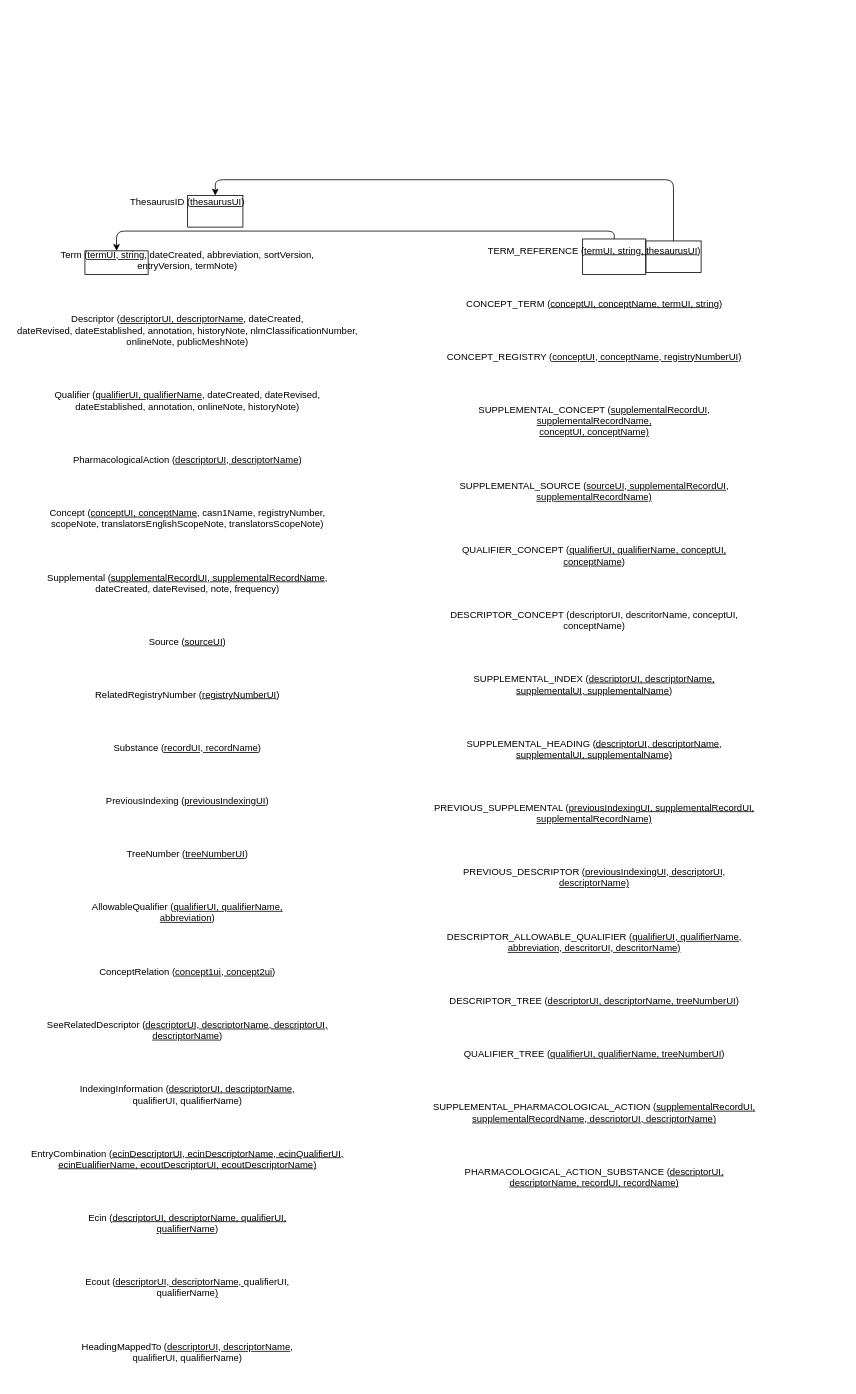
Before: Untitled Diagram.drawio in bortoletti-giorgia/Dati-MeSH-in-Neo4j, a draw.io diagram. Source tidied: cells renumbered, new cells numbered last; positions are measured from the earlier drawing's top-left corner, leaving out a move shared by most shapes. Both pictures are drawn from the tidied source at 79%, with x=0, y=0 at pixel (13, 179).
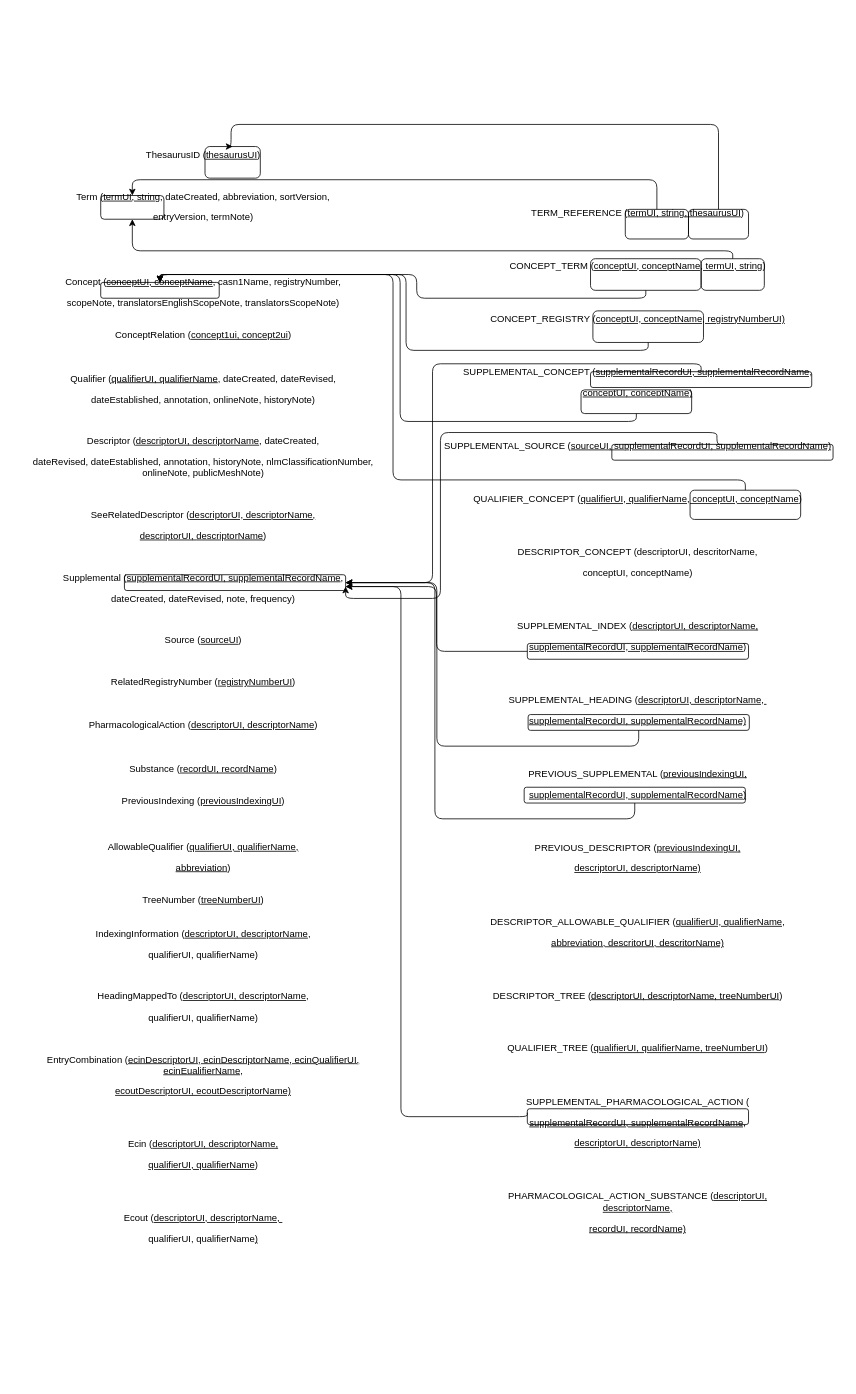
The same diagram, later.

Diff of the diagram source:
```diff
@@
-    <mxCell id="2" value="&lt;p class=&quot;MsoNormal&quot;&gt;ThesaurusID (&lt;u&gt;thesaurusUI&lt;/u&gt;)&lt;/p&gt;&lt;br/&gt;&lt;br/&gt;&lt;p class=&quot;MsoNormal&quot;&gt;Term (&lt;u&gt;termUI, string&lt;/u&gt;, dateCreated, abbreviation, sortVersion,&lt;br/&gt;entryVersion, termNote)&lt;/p&gt;&lt;br/&gt;&lt;br/&gt;&lt;p class=&quot;MsoNormal&quot;&gt;Descriptor (&lt;u&gt;descriptorUI, descriptorName&lt;/u&gt;, dateCreated,&lt;br/&gt;dateRevised, dateEstablished, annotation, historyNote, nlmClassificationNumber,&lt;br/&gt;onlineNote, publicMeshNote)&lt;/p&gt;&lt;br/&gt;&lt;br/&gt;&lt;p class=&quot;MsoNormal&quot;&gt;Qualifier (&lt;u&gt;qualifierUI, qualifierName&lt;/u&gt;, dateCreated, dateRevised,&lt;br/&gt;dateEstablished, annotation, onlineNote, historyNote)&lt;/p&gt;&lt;br/&gt;&lt;br/&gt;&lt;p class=&quot;MsoNormal&quot;&gt;PharmacologicalAction (&lt;u&gt;descriptorUI, descriptorName&lt;/u&gt;)&lt;/p&gt;&lt;br/&gt;&lt;br/&gt;&lt;p class=&quot;MsoNormal&quot;&gt;Concept (&lt;u&gt;conceptUI, conceptName&lt;/u&gt;, casn1Name, registryNumber,&lt;br/&gt;scopeNote, translatorsEnglishScopeNote, translatorsScopeNote)&lt;/p&gt;&lt;br/&gt;&lt;br/&gt;&lt;p class=&quot;MsoNormal&quot;&gt;Supplemental (&lt;u&gt;supplementalRecordUI, supplementalRecordName&lt;/u&gt;,&lt;br/&gt;dateCreated, dateRevised, note, frequency)&lt;/p&gt;&lt;br/&gt;&lt;br/&gt;&lt;p class=&quot;MsoNormal&quot;&gt;Source (&lt;u&gt;sourceUI&lt;/u&gt;)&lt;/p&gt;&lt;br/&gt;&lt;br/&gt;&lt;p class=&quot;MsoNormal&quot;&gt;RelatedRegistryNumber (&lt;u&gt;registryNumberUI&lt;/u&gt;)&lt;/p&gt;&lt;br/&gt;&lt;br/&gt;&lt;p class=&quot;MsoNormal&quot;&gt;Substance (&lt;u&gt;recordUI, recordName&lt;/u&gt;)&lt;/p&gt;&lt;br/&gt;&lt;br/&gt;&lt;p class=&quot;MsoNormal&quot;&gt;PreviousIndexing (&lt;u&gt;previousIndexingUI&lt;/u&gt;)&lt;/p&gt;&lt;br/&gt;&lt;br/&gt;&lt;p class=&quot;MsoNormal&quot;&gt;TreeNumber (&lt;u&gt;treeNumberUI&lt;/u&gt;)&lt;/p&gt;&lt;br/&gt;&lt;br/&gt;&lt;p class=&quot;MsoNormal&quot;&gt;AllowableQualifier (&lt;u&gt;qualifierUI, qualifierName,&lt;br/&gt;abbreviation&lt;/u&gt;)&lt;/p&gt;&lt;br/&gt;&lt;br/&gt;&lt;p class=&quot;MsoNormal&quot;&gt;ConceptRelation (&lt;u&gt;concept1ui, concept2ui&lt;/u&gt;)&lt;/p&gt;&lt;br/&gt;&lt;br/&gt;&lt;p class=&quot;MsoNormal&quot;&gt;SeeRelatedDescriptor (&lt;u&gt;descriptorUI, descriptorName, descriptorUI,&lt;br/&gt;descriptorName&lt;/u&gt;)&lt;/p&gt;&lt;br/&gt;&lt;br/&gt;&lt;p class=&quot;MsoNormal&quot;&gt;IndexingInformation (&lt;u&gt;descriptorUI, descriptorName&lt;/u&gt;,&lt;br/&gt;qualifierUI, qualifierName)&lt;/p&gt;&lt;br/&gt;&lt;br/&gt;&lt;p class=&quot;MsoNormal&quot;&gt;EntryCombination (&lt;u&gt;ecinDescriptorUI, ecinDescriptorName, ecinQualifierUI,&lt;br/&gt;ecinEualifierName, ecoutDescriptorUI, ecoutDescriptorName)&lt;/u&gt;&lt;/p&gt;&lt;br/&gt;&lt;br/&gt;&lt;p class=&quot;MsoNormal&quot;&gt;Ecin (&lt;u&gt;descriptorUI, descriptorName, qualifierUI,&lt;br/&gt;qualifierName&lt;/u&gt;)&lt;/p&gt;&lt;br/&gt;&lt;br/&gt;&lt;p class=&quot;MsoNormal&quot;&gt;Ecout (&lt;u&gt;descriptorUI, descriptorName, &lt;/u&gt;qualifierUI,&lt;br/&gt;qualifierName&lt;u&gt;)&lt;/u&gt;&lt;/p&gt;&lt;br/&gt;&lt;br/&gt;&lt;p class=&quot;MsoNormal&quot;&gt;HeadingMappedTo (&lt;u&gt;descriptorUI, descriptorName&lt;/u&gt;,&lt;br/&gt;qualifierUI, qualifierName)&lt;/p&gt;" style="text;html=1;strokeColor=none;fillColor=none;align=center;verticalAlign=middle;whiteSpace=wrap;rounded=0;" parent="1" vertex="1">
-      <mxGeometry width="440" height="1520" as="geometry" />
+    <mxCell id="2" value="&lt;p class=&quot;MsoNormal&quot;&gt;ThesaurusID (&lt;u&gt;thesaurusUI&lt;/u&gt;)&lt;/p&gt;&lt;br&gt;&lt;p class=&quot;MsoNormal&quot;&gt;Term (&lt;u&gt;termUI, string&lt;/u&gt;, dateCreated, abbreviation, sortVersion,&lt;/p&gt;&lt;p class=&quot;MsoNormal&quot;&gt;entryVersion, termNote)&lt;/p&gt;&lt;br&gt;&lt;br&gt;&lt;br&gt;&lt;p class=&quot;MsoNormal&quot;&gt;Concept (&lt;u&gt;conceptUI, conceptName&lt;/u&gt;, casn1Name, registryNumber,&lt;/p&gt;&lt;p class=&quot;MsoNormal&quot;&gt;scopeNote, translatorsEnglishScopeNote, translatorsScopeNote)&lt;/p&gt;&lt;br&gt;ConceptRelation (&lt;u&gt;concept1ui, concept2ui&lt;/u&gt;)&lt;br&gt;&lt;br&gt;&lt;br&gt;&lt;p class=&quot;MsoNormal&quot;&gt;Qualifier (&lt;u&gt;qualifierUI, qualifierName&lt;/u&gt;, dateCreated, dateRevised,&lt;/p&gt;&lt;p class=&quot;MsoNormal&quot;&gt;dateEstablished, annotation, onlineNote, historyNote)&lt;/p&gt;&lt;br&gt;&lt;p class=&quot;MsoNormal&quot;&gt;Descriptor (&lt;u&gt;descriptorUI, descriptorName&lt;/u&gt;, dateCreated,&lt;/p&gt;&lt;p class=&quot;MsoNormal&quot;&gt;dateRevised, dateEstablished, annotation, historyNote, nlmClassificationNumber,&lt;br&gt;onlineNote, publicMeshNote)&lt;/p&gt;&lt;br&gt;&lt;p class=&quot;MsoNormal&quot;&gt;&lt;/p&gt;&lt;p class=&quot;MsoNormal&quot;&gt;SeeRelatedDescriptor (&lt;u&gt;descriptorUI, descriptorName,&lt;/u&gt;&lt;/p&gt;&lt;p class=&quot;MsoNormal&quot;&gt;&lt;u&gt;descriptorUI,&amp;nbsp;&lt;/u&gt;&lt;u&gt;descriptorName&lt;/u&gt;)&lt;/p&gt;&lt;div&gt;&lt;br&gt;&lt;/div&gt;&lt;p class=&quot;MsoNormal&quot;&gt;&lt;span&gt;Supplemental (&lt;/span&gt;&lt;u&gt;supplementalRecordUI, supplementalRecordName&lt;/u&gt;&lt;span&gt;,&lt;/span&gt;&lt;br&gt;&lt;/p&gt;&lt;p class=&quot;MsoNormal&quot;&gt;dateCreated, dateRevised, note, frequency)&lt;/p&gt;&lt;br&gt;&lt;p class=&quot;MsoNormal&quot;&gt;Source (&lt;u&gt;sourceUI&lt;/u&gt;)&lt;/p&gt;&lt;br&gt;&lt;p class=&quot;MsoNormal&quot;&gt;RelatedRegistryNumber (&lt;u&gt;registryNumberUI&lt;/u&gt;)&lt;/p&gt;&lt;br&gt;&lt;br&gt;PharmacologicalAction (&lt;u&gt;descriptorUI, descriptorName&lt;/u&gt;)&lt;br&gt;&lt;br&gt;&lt;br&gt;&lt;p class=&quot;MsoNormal&quot;&gt;Substance (&lt;u&gt;recordUI, recordName&lt;/u&gt;)&lt;/p&gt;&lt;br&gt;&lt;span&gt;PreviousIndexing (&lt;/span&gt;&lt;u&gt;previousIndexingUI&lt;/u&gt;&lt;span&gt;)&lt;/span&gt;&lt;br&gt;&lt;br&gt;&lt;span&gt;&lt;br&gt;&lt;br&gt;AllowableQualifier (&lt;/span&gt;&lt;u&gt;qualifierUI, qualifierName,&lt;/u&gt;&lt;br&gt;&lt;p class=&quot;MsoNormal&quot;&gt;&lt;u&gt;abbreviation&lt;/u&gt;)&lt;/p&gt;&lt;br&gt;&lt;span&gt;TreeNumber (&lt;/span&gt;&lt;u&gt;treeNumberUI&lt;/u&gt;&lt;span&gt;)&lt;/span&gt;&lt;br&gt;&lt;br&gt;&lt;span&gt;&lt;br&gt;IndexingInformation (&lt;/span&gt;&lt;u&gt;descriptorUI, descriptorName&lt;/u&gt;&lt;span&gt;,&lt;/span&gt;&lt;br&gt;&lt;p class=&quot;MsoNormal&quot;&gt;qualifierUI, qualifierName)&lt;/p&gt;&lt;br&gt;&lt;p class=&quot;MsoNormal&quot;&gt;HeadingMappedTo (&lt;u&gt;descriptorUI, descriptorName&lt;/u&gt;,&lt;/p&gt;&lt;p class=&quot;MsoNormal&quot;&gt;qualifierUI, qualifierName)&lt;/p&gt;&lt;p class=&quot;MsoNormal&quot;&gt;&lt;br&gt;&lt;/p&gt;&lt;p class=&quot;MsoNormal&quot;&gt;EntryCombination (&lt;u&gt;ecinDescriptorUI, ecinDescriptorName, ecinQualifierUI, ecinEualifierName,&lt;/u&gt;&lt;/p&gt;&lt;p class=&quot;MsoNormal&quot;&gt;&lt;u&gt;ecoutDescriptorUI, ecoutDescriptorName)&lt;/u&gt;&lt;/p&gt;&lt;br&gt;&lt;br&gt;&lt;p class=&quot;MsoNormal&quot;&gt;Ecin (&lt;u&gt;descriptorUI, descriptorName,&lt;/u&gt;&lt;/p&gt;&lt;p class=&quot;MsoNormal&quot;&gt;&lt;u&gt;qualifierUI, qualifierName&lt;/u&gt;)&lt;/p&gt;&lt;br&gt;&lt;br&gt;&lt;p class=&quot;MsoNormal&quot;&gt;Ecout (&lt;u&gt;descriptorUI, descriptorName,&amp;nbsp;&lt;/u&gt;&lt;/p&gt;&lt;p class=&quot;MsoNormal&quot;&gt;&lt;span&gt;qualifierUI,&amp;nbsp;&lt;/span&gt;&lt;span&gt;qualifierName&lt;/span&gt;&lt;u&gt;)&lt;/u&gt;&lt;/p&gt;" style="text;html=1;strokeColor=none;fillColor=none;align=center;verticalAlign=middle;whiteSpace=wrap;rounded=0;" parent="1" vertex="1">
+      <mxGeometry y="-210" width="480" height="1730" as="geometry" />
     </mxCell>
-    <mxCell id="3" value="&lt;p class=&quot;MsoNormal&quot;&gt;TERM_REFERENCE (&lt;u&gt;termUI, string, thesaurusUI&lt;/u&gt;)&lt;/p&gt;&lt;br/&gt;&lt;br/&gt;&lt;p class=&quot;MsoNormal&quot;&gt;CONCEPT_TERM (&lt;u&gt;conceptUI, conceptName, termUI, string&lt;/u&gt;)&lt;/p&gt;&lt;br/&gt;&lt;br/&gt;&lt;p class=&quot;MsoNormal&quot;&gt;CONCEPT_REGISTRY (&lt;u&gt;conceptUI, conceptName, registryNumberUI)&lt;/u&gt;&lt;/p&gt;&lt;br/&gt;&lt;br/&gt;&lt;p class=&quot;MsoNormal&quot;&gt;SUPPLEMENTAL_CONCEPT (&lt;u&gt;supplementalRecordUI, supplementalRecordName,&lt;br/&gt;conceptUI, conceptName)&lt;/u&gt;&lt;/p&gt;&lt;br/&gt;&lt;br/&gt;&lt;p class=&quot;MsoNormal&quot;&gt;SUPPLEMENTAL_SOURCE (&lt;u&gt;sourceUI, supplementalRecordUI, supplementalRecordName)&lt;/u&gt;&lt;/p&gt;&lt;br/&gt;&lt;br/&gt;&lt;p class=&quot;MsoNormal&quot;&gt;QUALIFIER_CONCEPT (&lt;u&gt;qualifierUI, qualifierName, conceptUI,&lt;br/&gt;conceptName&lt;/u&gt;)&lt;/p&gt;&lt;br/&gt;&lt;br/&gt;&lt;p class=&quot;MsoNormal&quot;&gt;DESCRIPTOR_CONCEPT (descriptorUI, descritorName, conceptUI,&lt;br/&gt;conceptName)&lt;/p&gt;&lt;br/&gt;&lt;br/&gt;&lt;p class=&quot;MsoNormal&quot;&gt;SUPPLEMENTAL_INDEX (&lt;u&gt;descriptorUI, descriptorName,&lt;br/&gt;supplementalUI, supplementalName)&lt;/u&gt;&lt;/p&gt;&lt;br/&gt;&lt;br/&gt;&lt;p class=&quot;MsoNormal&quot;&gt;SUPPLEMENTAL_HEADING (&lt;u&gt;descriptorUI, descriptorName,&lt;br/&gt;supplementalUI, supplementalName)&lt;/u&gt;&lt;/p&gt;&lt;br/&gt;&lt;br/&gt;&lt;p class=&quot;MsoNormal&quot;&gt;PREVIOUS_SUPPLEMENTAL (&lt;u&gt;previousIndexingUI, supplementalRecordUI,&lt;br/&gt;supplementalRecordName)&lt;/u&gt;&lt;/p&gt;&lt;br/&gt;&lt;br/&gt;&lt;p class=&quot;MsoNormal&quot;&gt;PREVIOUS_DESCRIPTOR (&lt;u&gt;previousIndexingUI, descriptorUI,&lt;br/&gt;descriptorName)&lt;/u&gt;&lt;/p&gt;&lt;br/&gt;&lt;br/&gt;&lt;p class=&quot;MsoNormal&quot;&gt;DESCRIPTOR_ALLOWABLE_QUALIFIER (&lt;u&gt;qualifierUI, qualifierName,&lt;br/&gt;abbreviation, descritorUI, descritorName)&lt;/u&gt;&lt;/p&gt;&lt;br/&gt;&lt;br/&gt;&lt;p class=&quot;MsoNormal&quot;&gt;DESCRIPTOR_TREE (&lt;u&gt;descriptorUI, descriptorName, treeNumberUI&lt;/u&gt;)&lt;/p&gt;&lt;br/&gt;&lt;br/&gt;&lt;p class=&quot;MsoNormal&quot;&gt;QUALIFIER_TREE (&lt;u&gt;qualifierUI, qualifierName, treeNumberUI&lt;/u&gt;)&lt;/p&gt;&lt;br/&gt;&lt;br/&gt;&lt;p class=&quot;MsoNormal&quot;&gt;SUPPLEMENTAL_PHARMACOLOGICAL_ACTION (&lt;u&gt;supplementalRecordUI,&lt;br/&gt;supplementalRecordName, descriptorUI, descriptorName)&lt;/u&gt;&lt;/p&gt;&lt;br/&gt;&lt;br/&gt;&lt;p class=&quot;MsoNormal&quot;&gt;PHARMACOLOGICAL_ACTION_SUBSTANCE (&lt;u&gt;descriptorUI,&lt;br/&gt;descriptorName, recordUI, recordName)&lt;/u&gt;&lt;/p&gt;" style="text;html=1;strokeColor=none;fillColor=none;align=center;verticalAlign=middle;whiteSpace=wrap;rounded=0;" parent="1" vertex="1">
-      <mxGeometry x="530" y="670" width="410" height="20" as="geometry" />
+    <mxCell id="3" value="&lt;p class=&quot;MsoNormal&quot;&gt;TERM_REFERENCE (&lt;u&gt;termUI, string, thesaurusUI&lt;/u&gt;)&lt;/p&gt;&lt;br&gt;&lt;br&gt;&lt;p class=&quot;MsoNormal&quot;&gt;CONCEPT_TERM (&lt;u&gt;conceptUI, conceptName, termUI, string&lt;/u&gt;)&lt;/p&gt;&lt;br&gt;&lt;br&gt;&lt;p class=&quot;MsoNormal&quot;&gt;CONCEPT_REGISTRY (&lt;u&gt;conceptUI, conceptName, registryNumberUI)&lt;/u&gt;&lt;/p&gt;&lt;br&gt;&lt;br&gt;&lt;p class=&quot;MsoNormal&quot;&gt;SUPPLEMENTAL_CONCEPT (&lt;u&gt;supplementalRecordUI, supplementalRecordName,&lt;/u&gt;&lt;/p&gt;&lt;p class=&quot;MsoNormal&quot;&gt;&lt;u&gt;conceptUI, conceptName)&lt;/u&gt;&lt;/p&gt;&lt;br&gt;&lt;br&gt;&lt;p class=&quot;MsoNormal&quot;&gt;SUPPLEMENTAL_SOURCE (&lt;u&gt;sourceUI, supplementalRecordUI, supplementalRecordName)&lt;/u&gt;&lt;/p&gt;&lt;br&gt;&lt;br&gt;&lt;p class=&quot;MsoNormal&quot;&gt;QUALIFIER_CONCEPT (&lt;u&gt;qualifierUI, qualifierName, conceptUI, conceptName&lt;/u&gt;)&lt;/p&gt;&lt;br&gt;&lt;br&gt;&lt;p class=&quot;MsoNormal&quot;&gt;DESCRIPTOR_CONCEPT (descriptorUI, descritorName,&lt;/p&gt;&lt;p class=&quot;MsoNormal&quot;&gt;conceptUI, conceptName)&lt;/p&gt;&lt;br&gt;&lt;br&gt;&lt;p class=&quot;MsoNormal&quot;&gt;SUPPLEMENTAL_INDEX (&lt;u&gt;descriptorUI, descriptorName,&lt;/u&gt;&lt;/p&gt;&lt;p class=&quot;MsoNormal&quot;&gt;&lt;u&gt;supplementalRecordUI, supplementalRecordName)&lt;/u&gt;&lt;/p&gt;&lt;br&gt;&lt;br&gt;&lt;p class=&quot;MsoNormal&quot;&gt;SUPPLEMENTAL_HEADING (&lt;u&gt;descriptorUI, descriptorName,&amp;nbsp;&lt;/u&gt;&lt;/p&gt;&lt;p class=&quot;MsoNormal&quot;&gt;&lt;u&gt;supplementalRecordUI, supplementalRecordName)&lt;/u&gt;&lt;/p&gt;&lt;br&gt;&lt;br&gt;&lt;p class=&quot;MsoNormal&quot;&gt;PREVIOUS_SUPPLEMENTAL (&lt;u&gt;previousIndexingUI,&lt;/u&gt;&lt;/p&gt;&lt;p class=&quot;MsoNormal&quot;&gt;&lt;u&gt;supplementalRecordUI, supplementalRecordName)&lt;/u&gt;&lt;/p&gt;&lt;br&gt;&lt;br&gt;&lt;p class=&quot;MsoNormal&quot;&gt;PREVIOUS_DESCRIPTOR (&lt;u&gt;previousIndexingUI,&lt;/u&gt;&lt;/p&gt;&lt;p class=&quot;MsoNormal&quot;&gt;&lt;u&gt;descriptorUI, descriptorName)&lt;/u&gt;&lt;/p&gt;&lt;br&gt;&lt;br&gt;&lt;p class=&quot;MsoNormal&quot;&gt;DESCRIPTOR_ALLOWABLE_QUALIFIER (&lt;u&gt;qualifierUI, qualifierName,&lt;/u&gt;&lt;/p&gt;&lt;p class=&quot;MsoNormal&quot;&gt;&lt;u&gt;abbreviation, descritorUI, descritorName)&lt;/u&gt;&lt;/p&gt;&lt;br&gt;&lt;br&gt;&lt;p class=&quot;MsoNormal&quot;&gt;DESCRIPTOR_TREE (&lt;u&gt;descriptorUI, descriptorName, treeNumberUI&lt;/u&gt;)&lt;/p&gt;&lt;br&gt;&lt;br&gt;&lt;p class=&quot;MsoNormal&quot;&gt;QUALIFIER_TREE (&lt;u&gt;qualifierUI, qualifierName, treeNumberUI&lt;/u&gt;)&lt;/p&gt;&lt;br&gt;&lt;br&gt;&lt;p class=&quot;MsoNormal&quot;&gt;SUPPLEMENTAL_PHARMACOLOGICAL_ACTION (&lt;/p&gt;&lt;p class=&quot;MsoNormal&quot;&gt;&lt;u&gt;supplementalRecordUI, supplementalRecordName,&lt;/u&gt;&lt;/p&gt;&lt;p class=&quot;MsoNormal&quot;&gt;&lt;u&gt;descriptorUI, descriptorName)&lt;/u&gt;&lt;/p&gt;&lt;br&gt;&lt;br&gt;&lt;p class=&quot;MsoNormal&quot;&gt;PHARMACOLOGICAL_ACTION_SUBSTANCE (&lt;u&gt;descriptorUI,&lt;br&gt;descriptorName,&lt;/u&gt;&lt;/p&gt;&lt;p class=&quot;MsoNormal&quot;&gt;&lt;u&gt;recordUI, recordName)&lt;/u&gt;&lt;/p&gt;" style="text;html=1;strokeColor=none;fillColor=none;align=center;verticalAlign=middle;whiteSpace=wrap;rounded=0;" parent="1" vertex="1">
+      <mxGeometry x="530" y="30" width="520" height="1310" as="geometry" />
     </mxCell>
-    <mxCell id="4" style="rounded=0;whiteSpace=wrap;html=1;fillColor=none;" parent="1" vertex="1">
-      <mxGeometry x="90" y="90" width="80" height="30" as="geometry" />
+    <mxCell id="4" style="rounded=1;whiteSpace=wrap;html=1;fillColor=none;" parent="1" vertex="1">
+      <mxGeometry x="110" y="20" width="80" height="30" as="geometry" />
     </mxCell>
-    <mxCell id="5" style="rounded=0;whiteSpace=wrap;html=1;fillColor=none;" parent="1" vertex="1">
-      <mxGeometry x="720" y="75" width="80" height="45" as="geometry" />
+    <mxCell id="5" style="rounded=1;whiteSpace=wrap;html=1;fillColor=none;" parent="1" vertex="1">
+      <mxGeometry x="774" y="37.5" width="80" height="37.5" as="geometry" />
     </mxCell>
     <mxCell id="6" style="endArrow=classic;html=1;exitX=0.5;exitY=0;exitDx=0;exitDy=0;entryX=0.5;entryY=0;entryDx=0;entryDy=0;rounded=1;edgeStyle=orthogonalEdgeStyle;" parent="1" edge="1" source="5" target="4">
-      <mxGeometry relative="1" as="geometry" />
+      <mxGeometry relative="1" as="geometry">
+        <Array as="points">
+          <mxPoint x="814" />
+          <mxPoint x="150" />
+        </Array>
+      </mxGeometry>
     </mxCell>
-    <mxCell id="7" style="rounded=0;whiteSpace=wrap;html=1;fillColor=none;" parent="1" vertex="1">
-      <mxGeometry x="220" y="20" width="70" height="40" as="geometry" />
+    <mxCell id="7" style="rounded=1;whiteSpace=wrap;html=1;fillColor=none;" parent="1" vertex="1">
+      <mxGeometry x="242" y="-42" width="70" height="40" as="geometry" />
     </mxCell>
-    <mxCell id="8" style="rounded=0;whiteSpace=wrap;html=1;fillColor=none;" parent="1" vertex="1">
-      <mxGeometry x="800" y="77.5" width="70" height="40" as="geometry" />
-    </mxCell>
-    <mxCell id="9" style="endArrow=classic;html=1;exitX=0.5;exitY=0;exitDx=0;exitDy=0;entryX=0.5;entryY=0;entryDx=0;entryDy=0;rounded=1;edgeStyle=orthogonalEdgeStyle;" parent="1" edge="1" source="8" target="7">
+    <mxCell id="9" style="endArrow=classic;html=1;exitX=0.5;exitY=0;exitDx=0;exitDy=0;entryX=0.5;entryY=0;entryDx=0;entryDy=0;rounded=1;edgeStyle=orthogonalEdgeStyle;" parent="1" edge="1" source="12" target="7">
       <mxGeometry relative="1" as="geometry">
         <Array as="points">
-          <mxPoint x="835" />
-          <mxPoint x="255" />
+          <mxPoint x="892" y="-70" />
+          <mxPoint x="275" y="-70" />
         </Array>
       </mxGeometry>
     </mxCell>
+    <mxCell id="10" style="rounded=1;whiteSpace=wrap;html=1;fillColor=none;" parent="1" vertex="1">
+      <mxGeometry x="870" y="100" width="80" height="40" as="geometry" />
+    </mxCell>
+    <mxCell id="11" style="endArrow=classic;html=1;entryX=0.5;entryY=1;entryDx=0;entryDy=0;edgeStyle=orthogonalEdgeStyle;exitX=0.5;exitY=0;exitDx=0;exitDy=0;" parent="1" edge="1" source="10" target="4">
+      <mxGeometry relative="1" as="geometry">
+        <Array as="points">
+          <mxPoint x="910" y="90" />
+          <mxPoint x="150" y="90" />
+        </Array>
+      </mxGeometry>
+    </mxCell>
+    <mxCell id="12" style="rounded=1;whiteSpace=wrap;html=1;fillColor=none;" parent="1" vertex="1">
+      <mxGeometry x="854" y="37.5" width="76" height="37.5" as="geometry" />
+    </mxCell>
+    <mxCell id="13" style="rounded=1;whiteSpace=wrap;html=1;fillColor=none;" parent="1" vertex="1">
+      <mxGeometry x="730" y="100" width="140" height="40" as="geometry" />
+    </mxCell>
+    <mxCell id="14" style="rounded=1;whiteSpace=wrap;html=1;fillColor=none;" parent="1" vertex="1">
+      <mxGeometry x="110" y="130" width="150" height="20" as="geometry" />
+    </mxCell>
+    <mxCell id="15" style="endArrow=classic;html=1;exitX=0.5;exitY=1;exitDx=0;exitDy=0;entryX=0.5;entryY=0;entryDx=0;entryDy=0;edgeStyle=orthogonalEdgeStyle;" parent="1" edge="1" source="13" target="14">
+      <mxGeometry relative="1" as="geometry">
+        <Array as="points">
+          <mxPoint x="800" y="150" />
+          <mxPoint x="510" y="150" />
+          <mxPoint x="510" y="120" />
+          <mxPoint x="185" y="120" />
+        </Array>
+      </mxGeometry>
+    </mxCell>
+    <mxCell id="16" style="rounded=1;whiteSpace=wrap;html=1;fillColor=none;" parent="1" vertex="1">
+      <mxGeometry x="718" y="266" width="140" height="30" as="geometry" />
+    </mxCell>
+    <mxCell id="17" style="endArrow=classic;html=1;exitX=0.5;exitY=1;exitDx=0;exitDy=0;entryX=0.5;entryY=0;entryDx=0;entryDy=0;edgeStyle=orthogonalEdgeStyle;" parent="1" edge="1" source="16" target="14">
+      <mxGeometry relative="1" as="geometry" />
+    </mxCell>
+    <mxCell id="18" style="rounded=1;whiteSpace=wrap;html=1;fillColor=none;" parent="1" vertex="1">
+      <mxGeometry x="733" y="166" width="140" height="40" as="geometry" />
+    </mxCell>
+    <mxCell id="19" style="endArrow=classic;html=1;exitX=0.5;exitY=1;exitDx=0;exitDy=0;edgeStyle=orthogonalEdgeStyle;entryX=0.5;entryY=0;entryDx=0;entryDy=0;" parent="1" edge="1" source="18" target="14">
+      <mxGeometry relative="1" as="geometry" />
+    </mxCell>
+    <mxCell id="20" style="rounded=1;whiteSpace=wrap;html=1;fillColor=none;" parent="1" vertex="1">
+      <mxGeometry x="140" y="500" width="280" height="20" as="geometry" />
+    </mxCell>
+    <mxCell id="21" style="rounded=1;whiteSpace=wrap;html=1;fillColor=none;" parent="1" vertex="1">
+      <mxGeometry x="730" y="243" width="280" height="20" as="geometry" />
+    </mxCell>
+    <mxCell id="22" style="rounded=1;whiteSpace=wrap;html=1;fillColor=none;" parent="1" vertex="1">
+      <mxGeometry x="757" y="335" width="280" height="20" as="geometry" />
+    </mxCell>
+    <mxCell id="23" style="edgeStyle=orthogonalEdgeStyle;rounded=1;jettySize=auto;html=1;entryX=1;entryY=0.75;entryDx=0;entryDy=0;" parent="1" edge="1" source="24" target="20">
+      <mxGeometry relative="1" as="geometry" />
+    </mxCell>
+    <mxCell id="24" style="rounded=1;whiteSpace=wrap;html=1;fillColor=none;" parent="1" vertex="1">
+      <mxGeometry x="650" y="587" width="280" height="20" as="geometry" />
+    </mxCell>
+    <mxCell id="25" style="edgeStyle=orthogonalEdgeStyle;rounded=1;jettySize=auto;html=1;exitX=0.5;exitY=1;exitDx=0;exitDy=0;entryX=1;entryY=0.5;entryDx=0;entryDy=0;" parent="1" edge="1" source="26" target="20">
+      <mxGeometry relative="1" as="geometry" />
+    </mxCell>
+    <mxCell id="26" style="rounded=1;whiteSpace=wrap;html=1;fillColor=none;" parent="1" vertex="1">
+      <mxGeometry x="651" y="677" width="280" height="20" as="geometry" />
+    </mxCell>
+    <mxCell id="27" style="edgeStyle=orthogonalEdgeStyle;rounded=1;jettySize=auto;html=1;exitX=0.5;exitY=1;exitDx=0;exitDy=0;entryX=1;entryY=0.5;entryDx=0;entryDy=0;" parent="1" edge="1" source="28" target="20">
+      <mxGeometry relative="1" as="geometry" />
+    </mxCell>
+    <mxCell id="28" style="rounded=1;whiteSpace=wrap;html=1;fillColor=none;" parent="1" vertex="1">
+      <mxGeometry x="646" y="769" width="280" height="20" as="geometry" />
+    </mxCell>
+    <mxCell id="29" style="endArrow=classic;html=1;exitX=0.5;exitY=0;exitDx=0;exitDy=0;edgeStyle=orthogonalEdgeStyle;entryX=1;entryY=0.5;entryDx=0;entryDy=0;" parent="1" edge="1" source="21" target="20">
+      <mxGeometry relative="1" as="geometry">
+        <Array as="points">
+          <mxPoint x="870" y="233" />
+          <mxPoint x="530" y="233" />
+          <mxPoint x="530" y="510" />
+        </Array>
+      </mxGeometry>
+    </mxCell>
+    <mxCell id="30" style="endArrow=classic;html=1;exitX=0.5;exitY=0;exitDx=0;exitDy=0;edgeStyle=orthogonalEdgeStyle;entryX=1;entryY=0.75;entryDx=0;entryDy=0;" parent="1" edge="1" source="22" target="20">
+      <mxGeometry relative="1" as="geometry">
+        <Array as="points">
+          <mxPoint x="890" y="335" />
+          <mxPoint x="890" y="320" />
+          <mxPoint x="540" y="320" />
+          <mxPoint x="540" y="530" />
+          <mxPoint x="420" y="530" />
+        </Array>
+      </mxGeometry>
+    </mxCell>
+    <mxCell id="31" style="edgeStyle=orthogonalEdgeStyle;rounded=1;jettySize=auto;html=1;exitX=0;exitY=0.25;exitDx=0;exitDy=0;entryX=1;entryY=0.75;entryDx=0;entryDy=0;" parent="1" edge="1" source="32" target="20">
+      <mxGeometry relative="1" as="geometry">
+        <Array as="points">
+          <mxPoint x="650" y="1186" />
+          <mxPoint x="490" y="1186" />
+          <mxPoint x="490" y="515" />
+        </Array>
+      </mxGeometry>
+    </mxCell>
+    <mxCell id="32" style="rounded=1;whiteSpace=wrap;html=1;fillColor=none;" parent="1" vertex="1">
+      <mxGeometry x="650" y="1176" width="280" height="20" as="geometry" />
+    </mxCell>
+    <mxCell id="33" style="edgeStyle=orthogonalEdgeStyle;rounded=1;jettySize=auto;html=1;exitX=0.5;exitY=0;exitDx=0;exitDy=0;entryX=0.5;entryY=0;entryDx=0;entryDy=0;" parent="1" edge="1" source="34" target="14">
+      <mxGeometry relative="1" as="geometry">
+        <Array as="points">
+          <mxPoint x="926" y="380" />
+          <mxPoint x="480" y="380" />
+          <mxPoint x="480" y="120" />
+          <mxPoint x="185" y="120" />
+        </Array>
+      </mxGeometry>
+    </mxCell>
+    <mxCell id="34" style="rounded=1;whiteSpace=wrap;html=1;fillColor=none;" parent="1" vertex="1">
+      <mxGeometry x="856" y="393" width="140" height="37" as="geometry" />
+    </mxCell>
```
